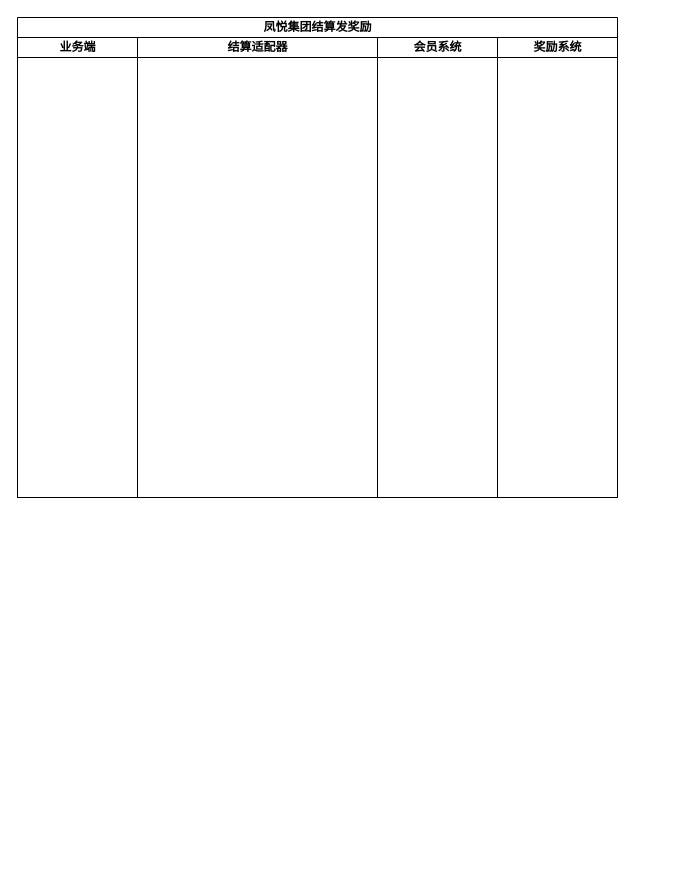
guohuan0126/test keeps this draw.io diagram as 凤悦集团结算发奖励.drawio. Above is the earlier version. Source tidied: cells renumbered, new cells numbered last; positions are measured from the earlier drawing's top-left corner, leaving out a move shared by most shapes. Both pictures are drawn from the tidied source at 100%, with x=0, y=0 at pixel (17, 17).
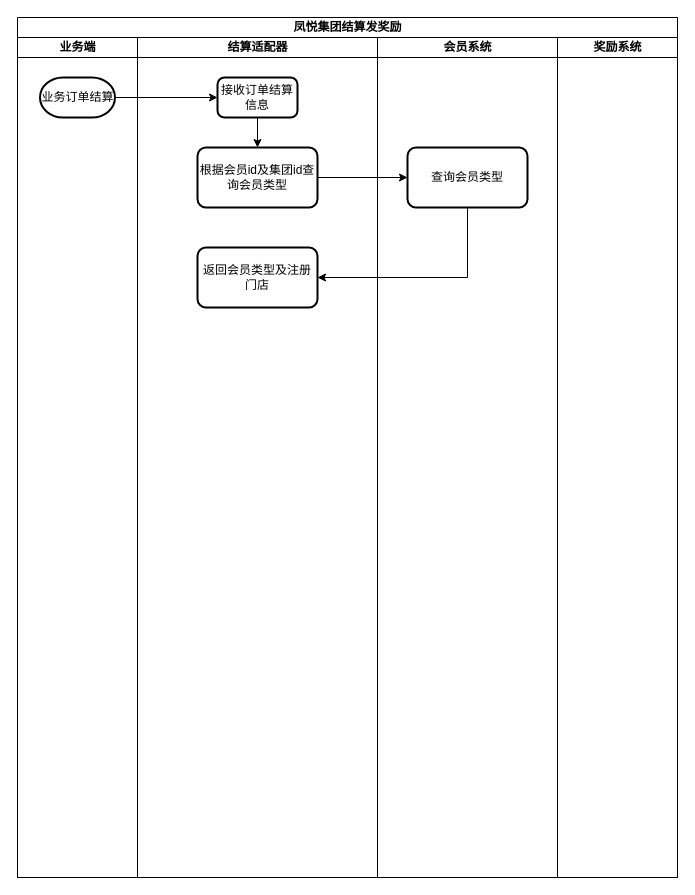
The same diagram, later.

Commit message (it also covers changes not shown here):
更新凤悦集团结算发奖励.drawio

The edit, as a diff of the source:
```diff
@@
 <mxGraphModel>
   <root>
     <mxCell id="0" />
     <mxCell id="1" parent="0" />
     <mxCell id="2" value="凤悦集团结算发奖励" style="swimlane;startSize=20;html=1;" parent="1" vertex="1">
-      <mxGeometry width="600" height="480" as="geometry" />
+      <mxGeometry width="660" height="860" as="geometry" />
     </mxCell>
     <mxCell id="3" value="业务端" style="swimlane;startSize=20;html=1;" parent="2" vertex="1">
-      <mxGeometry y="20" width="120" height="460" as="geometry" />
+      <mxGeometry y="20" width="120" height="840" as="geometry" />
     </mxCell>
+    <mxCell id="7" value="业务订单结算" style="strokeWidth=2;html=1;shape=mxgraph.flowchart.terminator;whiteSpace=wrap;" parent="3" vertex="1">
+      <mxGeometry x="22.5" y="40" width="75" height="40" as="geometry" />
+    </mxCell>
     <mxCell id="4" value="结算适配器" style="swimlane;startSize=20;html=1;" parent="2" vertex="1">
-      <mxGeometry x="120" y="20" width="240" height="460" as="geometry" />
+      <mxGeometry x="120" y="20" width="240" height="840" as="geometry" />
     </mxCell>
+    <mxCell id="8" style="edgeStyle=orthogonalEdgeStyle;rounded=0;jettySize=auto;html=1;" parent="4" edge="1" source="9" target="10">
+      <mxGeometry relative="1" as="geometry" />
+    </mxCell>
+    <mxCell id="9" value="接收订单结算信息" style="rounded=1;whiteSpace=wrap;html=1;absoluteArcSize=1;arcSize=14;strokeWidth=2;" parent="4" vertex="1">
+      <mxGeometry x="80" y="40" width="80" height="40" as="geometry" />
+    </mxCell>
+    <mxCell id="10" value="根据会员id及集团id查询会员类型" style="whiteSpace=wrap;html=1;rounded=1;arcSize=14;strokeWidth=2;" parent="4" vertex="1">
+      <mxGeometry x="60" y="110" width="120" height="60" as="geometry" />
+    </mxCell>
+    <mxCell id="11" value="返回会员类型及注册门店" style="whiteSpace=wrap;html=1;rounded=1;arcSize=14;strokeWidth=2;" parent="4" vertex="1">
+      <mxGeometry x="60" y="210" width="120" height="60" as="geometry" />
+    </mxCell>
     <mxCell id="5" value="会员系统" style="swimlane;startSize=20;html=1;" parent="2" vertex="1">
-      <mxGeometry x="360" y="20" width="120" height="460" as="geometry" />
+      <mxGeometry x="360" y="20" width="180" height="840" as="geometry" />
     </mxCell>
+    <mxCell id="12" value="查询会员类型" style="whiteSpace=wrap;html=1;rounded=1;arcSize=14;strokeWidth=2;" parent="5" vertex="1">
+      <mxGeometry x="30" y="110" width="120" height="60" as="geometry" />
+    </mxCell>
     <mxCell id="6" value="奖励系统" style="swimlane;startSize=20;html=1;" parent="2" vertex="1">
-      <mxGeometry x="480" y="20" width="120" height="460" as="geometry" />
+      <mxGeometry x="540" y="20" width="120" height="840" as="geometry" />
     </mxCell>
+    <mxCell id="13" style="edgeStyle=orthogonalEdgeStyle;rounded=0;jettySize=auto;html=1;entryX=0;entryY=0.5;entryDx=0;entryDy=0;" parent="2" edge="1" source="7" target="9">
+      <mxGeometry relative="1" as="geometry" />
+    </mxCell>
+    <mxCell id="14" style="edgeStyle=orthogonalEdgeStyle;rounded=0;jettySize=auto;html=1;exitX=1;exitY=0.5;exitDx=0;exitDy=0;entryX=0;entryY=0.5;entryDx=0;entryDy=0;" parent="2" edge="1" source="10" target="12">
+      <mxGeometry relative="1" as="geometry" />
+    </mxCell>
+    <mxCell id="15" style="edgeStyle=orthogonalEdgeStyle;rounded=0;jettySize=auto;html=1;exitX=0.5;exitY=1;exitDx=0;exitDy=0;entryX=1;entryY=0.5;entryDx=0;entryDy=0;" parent="2" edge="1" source="12" target="11">
+      <mxGeometry relative="1" as="geometry" />
+    </mxCell>
   </root>
 </mxGraphModel>
```
